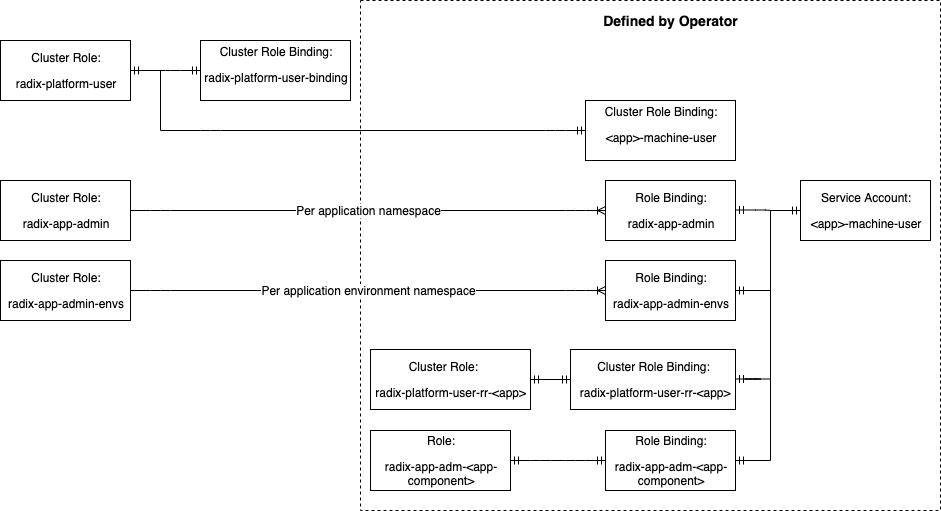
Earlier version of the draw.io export docs/diagrams/platform_user.png (equinor/radix-operator). Source tidied: cells renumbered, new cells last; positions are measured from the earlier drawing's top-left corner, leaving out a move shared by most shapes.
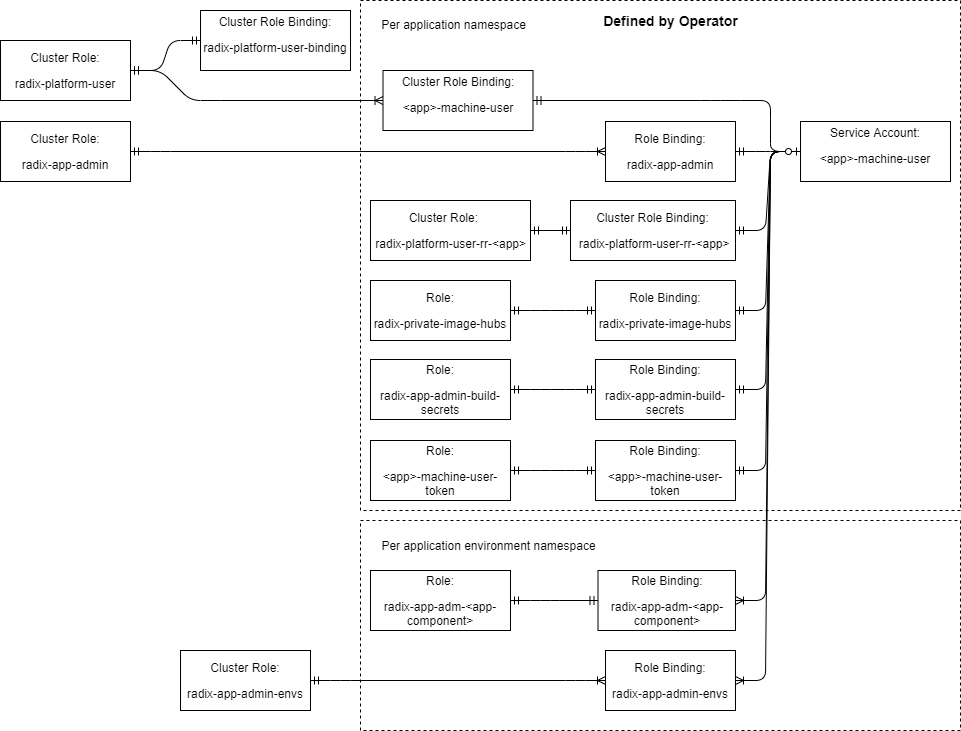
Above is the later version.

Commit message:
update user and machine-user role diagram

Diff of the diagram source:
```diff
@@ -2,101 +2,139 @@
   <root>
     <mxCell id="0" />
     <mxCell id="1" parent="0" />
+    <mxCell id="29" value="&lt;div style=&quot;text-align: right&quot;&gt;&lt;br&gt;&lt;/div&gt;" style="rounded=0;whiteSpace=wrap;html=1;dashed=1;" parent="1" vertex="1">
+      <mxGeometry x="360" y="520" width="600" height="210" as="geometry" />
+    </mxCell>
     <mxCell id="2" value="&lt;div style=&quot;text-align: right&quot;&gt;&lt;br&gt;&lt;/div&gt;" style="rounded=0;whiteSpace=wrap;html=1;dashed=1;" parent="1" vertex="1">
-      <mxGeometry x="360" width="580" height="510" as="geometry" />
+      <mxGeometry x="360" width="600" height="510" as="geometry" />
     </mxCell>
     <mxCell id="3" value="&lt;p&gt;&lt;span&gt;Cluster Role:&lt;/span&gt;&lt;/p&gt;&lt;p&gt;&lt;span&gt;radix-platform-user&lt;/span&gt;&lt;/p&gt;" style="rounded=0;whiteSpace=wrap;html=1;" parent="1" vertex="1">
       <mxGeometry y="40" width="130" height="60" as="geometry" />
     </mxCell>
     <mxCell id="4" value="Cluster Role Binding:&lt;br&gt;&lt;p&gt;&lt;span&gt;radix-platform-user-binding&lt;/span&gt;&lt;/p&gt;" style="rounded=0;whiteSpace=wrap;html=1;" parent="1" vertex="1">
-      <mxGeometry x="200" y="40" width="150" height="60" as="geometry" />
+      <mxGeometry x="200" y="10" width="150" height="60" as="geometry" />
     </mxCell>
     <mxCell id="5" value="Defined by Operator" style="text;strokeColor=none;fillColor=none;html=1;fontSize=14;fontStyle=1;verticalAlign=middle;align=center;dashed=1;" parent="1" vertex="1">
       <mxGeometry x="590" width="160" height="40" as="geometry" />
     </mxCell>
-    <mxCell id="6" style="edgeStyle=entityRelationEdgeStyle;fontSize=12;html=1;endArrow=ERmandOne;startArrow=ERmandOne;exitX=1;exitY=0.5;exitDx=0;exitDy=0;" parent="1" edge="1" source="3" target="4">
+    <mxCell id="6" style="edgeStyle=entityRelationEdgeStyle;fontSize=12;html=1;endArrow=ERmandOne;startArrow=ERmandOne;exitX=1;exitY=0.5;exitDx=0;exitDy=0;endFill=0;" parent="1" edge="1" source="3" target="4">
       <mxGeometry relative="1" as="geometry" />
     </mxCell>
     <mxCell id="7" value="&lt;p&gt;&lt;span&gt;Cluster Role:&lt;/span&gt;&lt;/p&gt;&lt;p&gt;&lt;/p&gt;&lt;p&gt;&lt;span&gt;radix-app-admin&lt;/span&gt;&lt;/p&gt;" style="rounded=0;whiteSpace=wrap;html=1;" parent="1" vertex="1">
-      <mxGeometry y="180" width="130" height="60" as="geometry" />
+      <mxGeometry y="121" width="130" height="60" as="geometry" />
     </mxCell>
     <mxCell id="8" value="&lt;p&gt;&lt;span&gt;Role Binding:&lt;/span&gt;&lt;/p&gt;&lt;p&gt;&lt;/p&gt;&lt;p&gt;&lt;span&gt;radix-app-admin&lt;/span&gt;&lt;/p&gt;" style="rounded=0;whiteSpace=wrap;html=1;" parent="1" vertex="1">
-      <mxGeometry x="605" y="180" width="130" height="60" as="geometry" />
+      <mxGeometry x="605" y="121" width="130" height="60" as="geometry" />
     </mxCell>
-    <mxCell id="9" value="Per application namespace" style="edgeStyle=entityRelationEdgeStyle;fontSize=12;html=1;endArrow=ERoneToMany;exitX=1;exitY=0.5;exitDx=0;exitDy=0;" parent="1" edge="1" source="7" target="8">
+    <mxCell id="9" style="edgeStyle=entityRelationEdgeStyle;fontSize=12;html=1;endArrow=ERoneToMany;exitX=1;exitY=0.5;exitDx=0;exitDy=0;startArrow=ERmandOne;startFill=0;" parent="1" edge="1" source="7" target="8">
       <mxGeometry relative="1" as="geometry" />
     </mxCell>
     <mxCell id="10" value="&lt;p&gt;&lt;span&gt;Cluster Role:&lt;/span&gt;&lt;/p&gt;&lt;p&gt;&lt;/p&gt;&lt;p&gt;&lt;span&gt;radix-app-admin-envs&lt;/span&gt;&lt;/p&gt;" style="rounded=0;whiteSpace=wrap;html=1;" parent="1" vertex="1">
-      <mxGeometry y="260" width="130" height="60" as="geometry" />
+      <mxGeometry x="180" y="650" width="130" height="60" as="geometry" />
     </mxCell>
-    <mxCell id="11" value="Per application environment namespace" style="edgeStyle=entityRelationEdgeStyle;fontSize=12;html=1;endArrow=ERoneToMany;exitX=1;exitY=0.5;exitDx=0;exitDy=0;" parent="1" edge="1" source="10" target="12">
+    <mxCell id="11" style="edgeStyle=entityRelationEdgeStyle;fontSize=12;html=1;endArrow=ERoneToMany;exitX=1;exitY=0.5;exitDx=0;exitDy=0;startArrow=ERmandOne;startFill=0;" parent="1" edge="1" source="10" target="12">
       <mxGeometry relative="1" as="geometry" />
     </mxCell>
     <mxCell id="12" value="&lt;p&gt;&lt;span&gt;Role Binding:&lt;/span&gt;&lt;/p&gt;&lt;p&gt;&lt;/p&gt;&lt;p&gt;&lt;/p&gt;&lt;p&gt;&lt;span&gt;radix-app-admin-envs&lt;/span&gt;&lt;/p&gt;" style="rounded=0;whiteSpace=wrap;html=1;" parent="1" vertex="1">
-      <mxGeometry x="605" y="260" width="130" height="60" as="geometry" />
+      <mxGeometry x="605" y="650" width="130" height="60" as="geometry" />
     </mxCell>
     <mxCell id="13" value="&lt;p style=&quot;text-align: left&quot;&gt;&lt;span&gt;&amp;nbsp; &amp;nbsp; &amp;nbsp; &amp;nbsp; &amp;nbsp; &amp;nbsp;Cluster Role:&lt;/span&gt;&lt;/p&gt;&lt;p style=&quot;text-align: left&quot;&gt;&lt;span&gt;&amp;nbsp;radix-platform-&lt;/span&gt;&lt;span&gt;user-rr-&lt;/span&gt;&lt;span&gt;&amp;lt;app&amp;gt;&lt;/span&gt;&lt;/p&gt;" style="rounded=0;whiteSpace=wrap;html=1;align=left;" parent="1" vertex="1">
-      <mxGeometry x="370" y="349" width="160" height="60" as="geometry" />
+      <mxGeometry x="370" y="200" width="160" height="60" as="geometry" />
     </mxCell>
     <mxCell id="14" value="&lt;p&gt;&lt;span&gt;Cluster Role Binding:&lt;/span&gt;&lt;/p&gt;&lt;p&gt;&lt;/p&gt;&lt;p&gt;&lt;span&gt;&amp;nbsp;radix-platform-&lt;/span&gt;&lt;span&gt;user-rr-&lt;/span&gt;&lt;span&gt;&amp;lt;app&amp;gt;&lt;/span&gt;&lt;br&gt;&lt;/p&gt;" style="rounded=0;whiteSpace=wrap;html=1;" parent="1" vertex="1">
-      <mxGeometry x="570" y="349" width="165" height="60" as="geometry" />
+      <mxGeometry x="570" y="200" width="165" height="60" as="geometry" />
     </mxCell>
     <mxCell id="15" value="&lt;p&gt;&lt;span&gt;Role:&lt;/span&gt;&lt;/p&gt;&lt;p&gt;&lt;/p&gt;&lt;p&gt;&lt;span&gt;radix-app-adm&lt;/span&gt;-&amp;lt;app-component&amp;gt;&lt;/p&gt;" style="rounded=0;whiteSpace=wrap;html=1;" parent="1" vertex="1">
-      <mxGeometry x="370" y="430" width="140" height="60" as="geometry" />
+      <mxGeometry x="370" y="570" width="140" height="60" as="geometry" />
     </mxCell>
     <mxCell id="16" value="&lt;p&gt;&lt;span&gt;Role Binding:&lt;/span&gt;&lt;/p&gt;&lt;p&gt;&lt;/p&gt;&lt;p&gt;radix-app-adm-&amp;lt;app-component&amp;gt;&lt;br&gt;&lt;/p&gt;" style="rounded=0;whiteSpace=wrap;html=1;" parent="1" vertex="1">
-      <mxGeometry x="605" y="430" width="130" height="60" as="geometry" />
+      <mxGeometry x="597.5" y="570" width="137.5" height="60" as="geometry" />
     </mxCell>
-    <mxCell id="17" style="edgeStyle=entityRelationEdgeStyle;fontSize=12;html=1;endArrow=ERmandOne;startArrow=ERmandOne;exitX=1;exitY=0.5;exitDx=0;exitDy=0;entryX=0;entryY=0.5;entryDx=0;entryDy=0;" parent="1" edge="1" target="16">
-      <mxGeometry relative="1" as="geometry">
-        <mxPoint x="510" y="460" as="sourcePoint" />
-      </mxGeometry>
+    <mxCell id="17" style="edgeStyle=entityRelationEdgeStyle;fontSize=12;html=1;endArrow=ERmandOne;startArrow=ERmandOne;exitX=1;exitY=0.5;exitDx=0;exitDy=0;entryX=0;entryY=0.5;entryDx=0;entryDy=0;" parent="1" edge="1" source="15" target="16">
+      <mxGeometry relative="1" as="geometry" />
     </mxCell>
     <mxCell id="18" style="edgeStyle=entityRelationEdgeStyle;fontSize=12;html=1;endArrow=ERmandOne;startArrow=ERmandOne;entryX=0;entryY=0.5;entryDx=0;entryDy=0;exitX=1;exitY=0.5;exitDx=0;exitDy=0;" parent="1" edge="1" source="13" target="14">
       <mxGeometry relative="1" as="geometry" />
     </mxCell>
-    <mxCell id="19" value="Cluster Role Binding:&lt;br&gt;&lt;p&gt;&lt;span&gt;&amp;lt;app&amp;gt;-machine-user&lt;/span&gt;&lt;/p&gt;" style="rounded=0;whiteSpace=wrap;html=1;" parent="1" vertex="1">
-      <mxGeometry x="585" y="100" width="150" height="60" as="geometry" />
+    <mxCell id="19" value="Cluster Role Binding:&lt;br&gt;&lt;p&gt;&amp;lt;app&amp;gt;-machine-user&lt;/p&gt;" style="rounded=0;whiteSpace=wrap;html=1;" parent="1" vertex="1">
+      <mxGeometry x="382.5" y="70" width="150" height="60" as="geometry" />
     </mxCell>
-    <mxCell id="20" style="shape=partialRectangle;whiteSpace=wrap;html=1;top=0;left=0;fillColor=none;direction=south;" parent="1" vertex="1">
-      <mxGeometry x="160" y="70" width="30" height="60" as="geometry" />
-    </mxCell>
-    <mxCell id="21" style="shape=partialRectangle;whiteSpace=wrap;html=1;top=0;left=0;fillColor=none;direction=north;" parent="1" vertex="1">
-      <mxGeometry x="130" y="70" width="30" height="40" as="geometry" />
-    </mxCell>
-    <mxCell id="22" style="edgeStyle=entityRelationEdgeStyle;fontSize=12;html=1;endArrow=ERmandOne;startArrow=none;entryX=0;entryY=0.5;entryDx=0;entryDy=0;exitX=1;exitY=0.5;exitDx=0;exitDy=0;startFill=0;" parent="1" edge="1" target="19">
-      <mxGeometry relative="1" as="geometry">
-        <mxPoint x="180" y="130" as="sourcePoint" />
-      </mxGeometry>
-    </mxCell>
+    <mxCell id="30" style="edgeStyle=entityRelationEdgeStyle;fontSize=12;html=1;endArrow=none;startArrow=ERmandOne;exitX=1;exitY=0.5;exitDx=0;exitDy=0;endFill=0;" parent="1" edge="1" source="3">
+      <mxGeometry relative="1" as="geometry">
+        <mxPoint x="220" y="100" as="targetPoint" />
+      </mxGeometry>
+    </mxCell>
+    <mxCell id="31" style="endArrow=ERoneToMany;html=1;endFill=0;entryX=0;entryY=0.5;entryDx=0;entryDy=0;" parent="1" edge="1" target="19">
+      <mxGeometry relative="1" as="geometry">
+        <mxPoint x="220" y="100" as="sourcePoint" />
+      </mxGeometry>
+    </mxCell>
+    <mxCell id="32" value="&lt;p&gt;&lt;span&gt;Role:&lt;/span&gt;&lt;/p&gt;&lt;p&gt;&lt;/p&gt;&lt;p&gt;&lt;span&gt;radix-private-image-hubs&lt;/span&gt;&lt;/p&gt;" style="rounded=0;whiteSpace=wrap;html=1;" parent="1" vertex="1">
+      <mxGeometry x="370" y="280" width="140" height="60" as="geometry" />
+    </mxCell>
+    <mxCell id="33" value="&lt;p&gt;&lt;span&gt;Role:&lt;/span&gt;&lt;/p&gt;&lt;p&gt;&lt;/p&gt;&lt;p&gt;&lt;span&gt;radix-app-admin-build-secrets&lt;/span&gt;&lt;/p&gt;" style="rounded=0;whiteSpace=wrap;html=1;" parent="1" vertex="1">
+      <mxGeometry x="370" y="359" width="140" height="60" as="geometry" />
+    </mxCell>
+    <mxCell id="34" value="&lt;p&gt;&lt;span&gt;Role:&lt;/span&gt;&lt;/p&gt;&lt;p&gt;&lt;/p&gt;&lt;p&gt;&amp;lt;app&amp;gt;-machine-user-token&lt;/p&gt;" style="rounded=0;whiteSpace=wrap;html=1;" parent="1" vertex="1">
+      <mxGeometry x="370" y="440" width="140" height="60" as="geometry" />
+    </mxCell>
+    <mxCell id="35" value="&lt;p&gt;&lt;span&gt;Role Binding:&lt;/span&gt;&lt;/p&gt;&lt;p&gt;&lt;/p&gt;&lt;p&gt;&lt;span&gt;radix-private-image-hubs&lt;/span&gt;&lt;/p&gt;" style="rounded=0;whiteSpace=wrap;html=1;" parent="1" vertex="1">
+      <mxGeometry x="595" y="280" width="140" height="60" as="geometry" />
+    </mxCell>
+    <mxCell id="36" value="&lt;p&gt;&lt;span&gt;Role Binding:&lt;/span&gt;&lt;/p&gt;&lt;p&gt;&lt;/p&gt;&lt;p&gt;&lt;span&gt;radix-app-admin-build-secrets&lt;/span&gt;&lt;/p&gt;" style="rounded=0;whiteSpace=wrap;html=1;" parent="1" vertex="1">
+      <mxGeometry x="595" y="359" width="140" height="60" as="geometry" />
+    </mxCell>
+    <mxCell id="37" value="&lt;p&gt;&lt;span&gt;Role Binding:&lt;/span&gt;&lt;/p&gt;&lt;p&gt;&lt;/p&gt;&lt;p&gt;&amp;lt;app&amp;gt;-machine-user-token&lt;/p&gt;" style="rounded=0;whiteSpace=wrap;html=1;" parent="1" vertex="1">
+      <mxGeometry x="595" y="440" width="140" height="60" as="geometry" />
+    </mxCell>
+    <mxCell id="38" style="edgeStyle=entityRelationEdgeStyle;fontSize=12;html=1;endArrow=ERmandOne;startArrow=ERmandOne;exitX=1;exitY=0.5;exitDx=0;exitDy=0;entryX=0;entryY=0.5;entryDx=0;entryDy=0;" parent="1" edge="1" source="32" target="35">
+      <mxGeometry relative="1" as="geometry" />
+    </mxCell>
+    <mxCell id="39" style="edgeStyle=entityRelationEdgeStyle;fontSize=12;html=1;endArrow=ERmandOne;startArrow=ERmandOne;exitX=1;exitY=0.5;exitDx=0;exitDy=0;entryX=0;entryY=0.5;entryDx=0;entryDy=0;" parent="1" edge="1" source="33" target="36">
+      <mxGeometry relative="1" as="geometry" />
+    </mxCell>
+    <mxCell id="40" style="edgeStyle=entityRelationEdgeStyle;fontSize=12;html=1;endArrow=ERmandOne;startArrow=ERmandOne;exitX=1;exitY=0.5;exitDx=0;exitDy=0;entryX=0;entryY=0.5;entryDx=0;entryDy=0;" parent="1" edge="1" source="34" target="37">
+      <mxGeometry relative="1" as="geometry" />
+    </mxCell>
-    <mxCell id="23" value="&lt;p&gt;&lt;span&gt;Service Account:&lt;/span&gt;&lt;/p&gt;&lt;p&gt;&lt;/p&gt;&lt;p&gt;&amp;lt;app&amp;gt;-machine-user&lt;br&gt;&lt;/p&gt;" style="rounded=0;whiteSpace=wrap;html=1;" parent="1" vertex="1">
-      <mxGeometry x="800" y="180" width="130" height="60" as="geometry" />
+    <mxCell id="23" value="Service Account:&lt;br&gt;&lt;p&gt;&amp;lt;app&amp;gt;-machine-user&lt;/p&gt;" style="rounded=0;whiteSpace=wrap;html=1;" parent="1" vertex="1">
+      <mxGeometry x="800" y="121" width="150" height="60" as="geometry" />
     </mxCell>
-    <mxCell id="24" style="edgeStyle=entityRelationEdgeStyle;fontSize=12;html=1;endArrow=ERmandOne;startArrow=ERmandOne;entryX=0;entryY=0.5;entryDx=0;entryDy=0;exitX=1;exitY=0.5;exitDx=0;exitDy=0;" parent="1" edge="1" target="23">
-      <mxGeometry relative="1" as="geometry">
-        <mxPoint x="735" y="209.5" as="sourcePoint" />
-      </mxGeometry>
-    </mxCell>
-    <mxCell id="25" style="shape=partialRectangle;whiteSpace=wrap;html=1;top=0;left=0;fillColor=none;direction=west;" parent="1" vertex="1">
-      <mxGeometry x="770" y="210" width="30" height="250" as="geometry" />
-    </mxCell>
-    <mxCell id="26" style="edgeStyle=entityRelationEdgeStyle;fontSize=12;html=1;endArrow=none;startArrow=ERmandOne;exitX=1;exitY=0.5;exitDx=0;exitDy=0;endFill=0;" parent="1" edge="1">
-      <mxGeometry relative="1" as="geometry">
-        <mxPoint x="735" y="290" as="sourcePoint" />
-        <mxPoint x="770" y="290" as="targetPoint" />
-      </mxGeometry>
-    </mxCell>
-    <mxCell id="27" style="edgeStyle=entityRelationEdgeStyle;fontSize=12;html=1;endArrow=none;startArrow=ERmandOne;exitX=1;exitY=0.5;exitDx=0;exitDy=0;endFill=0;" parent="1" edge="1">
-      <mxGeometry relative="1" as="geometry">
-        <mxPoint x="735" y="378.5" as="sourcePoint" />
-        <mxPoint x="770" y="378.5" as="targetPoint" />
-      </mxGeometry>
-    </mxCell>
-    <mxCell id="28" style="edgeStyle=entityRelationEdgeStyle;fontSize=12;html=1;endArrow=none;startArrow=ERmandOne;exitX=1;exitY=0.5;exitDx=0;exitDy=0;endFill=0;" parent="1" edge="1">
-      <mxGeometry relative="1" as="geometry">
-        <mxPoint x="735" y="460" as="sourcePoint" />
-        <mxPoint x="770" y="460" as="targetPoint" />
-      </mxGeometry>
-    </mxCell>
+    <mxCell id="41" style="edgeStyle=entityRelationEdgeStyle;fontSize=12;html=1;endArrow=none;startArrow=ERmandOne;exitX=1;exitY=0.5;exitDx=0;exitDy=0;endFill=0;entryX=0;entryY=0.5;entryDx=0;entryDy=0;" parent="1" edge="1" source="8" target="23">
+      <mxGeometry relative="1" as="geometry" />
+    </mxCell>
+    <mxCell id="42" style="edgeStyle=entityRelationEdgeStyle;fontSize=12;html=1;endArrow=none;startArrow=ERoneToMany;exitX=1;exitY=0.5;exitDx=0;exitDy=0;endFill=0;entryX=0;entryY=0.5;entryDx=0;entryDy=0;startFill=0;" parent="1" edge="1" source="12" target="23">
+      <mxGeometry relative="1" as="geometry" />
+    </mxCell>
+    <mxCell id="43" style="edgeStyle=entityRelationEdgeStyle;fontSize=12;html=1;endArrow=none;startArrow=ERmandOne;exitX=1;exitY=0.5;exitDx=0;exitDy=0;endFill=0;entryX=0;entryY=0.5;entryDx=0;entryDy=0;" parent="1" edge="1" source="14" target="23">
+      <mxGeometry relative="1" as="geometry" />
+    </mxCell>
+    <mxCell id="44" style="edgeStyle=entityRelationEdgeStyle;fontSize=12;html=1;endArrow=none;startArrow=ERoneToMany;exitX=1;exitY=0.5;exitDx=0;exitDy=0;endFill=0;entryX=0;entryY=0.5;entryDx=0;entryDy=0;startFill=0;" parent="1" edge="1" source="16" target="23">
+      <mxGeometry relative="1" as="geometry" />
+    </mxCell>
+    <mxCell id="45" style="edgeStyle=entityRelationEdgeStyle;fontSize=12;html=1;endArrow=none;startArrow=ERmandOne;exitX=1;exitY=0.5;exitDx=0;exitDy=0;endFill=0;entryX=0;entryY=0.5;entryDx=0;entryDy=0;" parent="1" edge="1" source="35" target="23">
+      <mxGeometry relative="1" as="geometry" />
+    </mxCell>
+    <mxCell id="46" style="edgeStyle=entityRelationEdgeStyle;fontSize=12;html=1;endArrow=none;startArrow=ERmandOne;exitX=1;exitY=0.5;exitDx=0;exitDy=0;endFill=0;entryX=0;entryY=0.5;entryDx=0;entryDy=0;" parent="1" edge="1" source="36" target="23">
+      <mxGeometry relative="1" as="geometry" />
+    </mxCell>
+    <mxCell id="47" style="edgeStyle=entityRelationEdgeStyle;fontSize=12;html=1;endArrow=none;startArrow=ERmandOne;exitX=1;exitY=0.5;exitDx=0;exitDy=0;endFill=0;entryX=0;entryY=0.5;entryDx=0;entryDy=0;" parent="1" edge="1" source="37" target="23">
+      <mxGeometry relative="1" as="geometry" />
+    </mxCell>
+    <mxCell id="48" style="edgeStyle=entityRelationEdgeStyle;fontSize=12;html=1;endArrow=none;startArrow=ERmandOne;exitX=1;exitY=0.5;exitDx=0;exitDy=0;endFill=0;" parent="1" edge="1" source="19">
+      <mxGeometry relative="1" as="geometry">
+        <mxPoint x="740" y="100" as="targetPoint" />
+      </mxGeometry>
+    </mxCell>
+    <mxCell id="49" style="edgeStyle=entityRelationEdgeStyle;fontSize=12;html=1;endArrow=ERzeroToOne;startArrow=none;endFill=1;entryX=0;entryY=0.5;entryDx=0;entryDy=0;startFill=0;" parent="1" edge="1" target="23">
+      <mxGeometry relative="1" as="geometry">
+        <mxPoint x="740" y="100" as="sourcePoint" />
+      </mxGeometry>
+    </mxCell>
+    <mxCell id="50" value="Per application namespace" style="text;html=1;align=center;verticalAlign=middle;" parent="1" vertex="1">
+      <mxGeometry x="372.5" y="14" width="160" height="20" as="geometry" />
+    </mxCell>
+    <mxCell id="51" value="Per application environment namespace" style="text;html=1;align=center;verticalAlign=middle;" parent="1" vertex="1">
+      <mxGeometry x="372.5" y="535" width="230" height="20" as="geometry" />
+    </mxCell>
   </root>
 </mxGraphModel>
```
